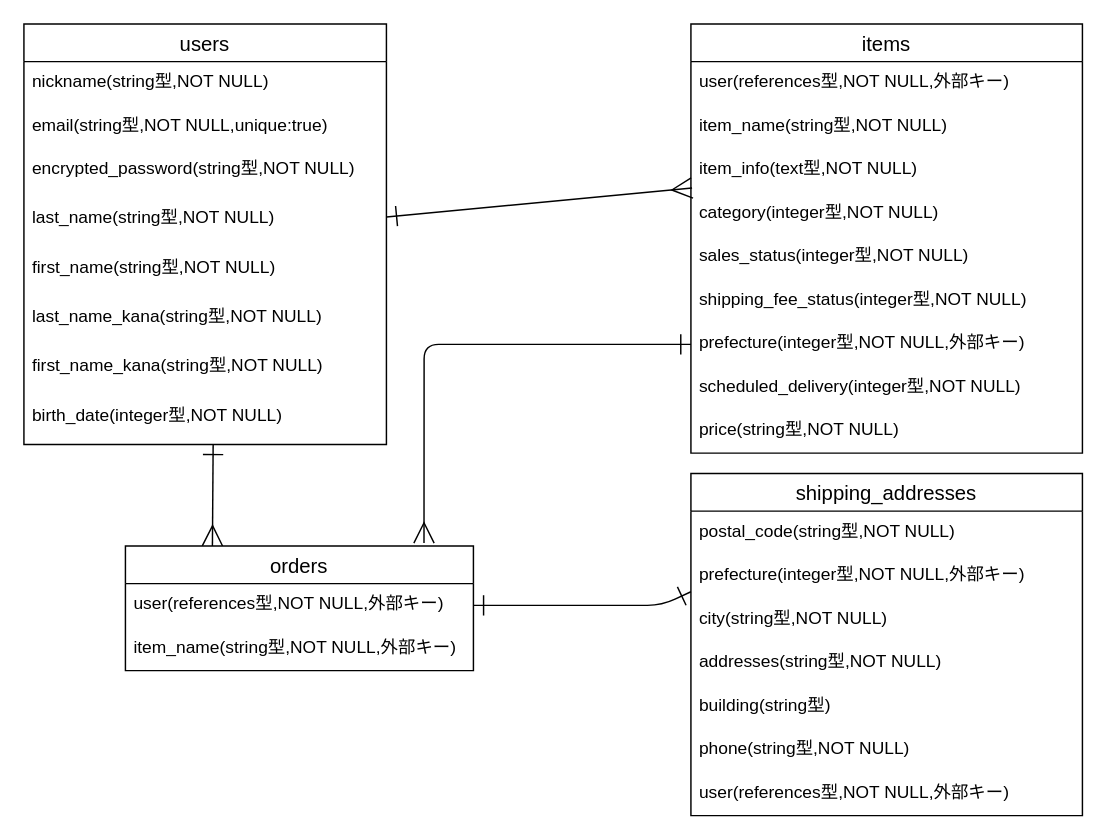
The draw.io diagram app/controllers/furima.dio in yusukeooy/furima-39868, before the edit. Source tidied: cells renumbered, new cells numbered last; positions are measured from the earlier drawing's top-left corner, leaving out a move shared by most shapes. Both pictures are drawn from the tidied source at 145%, with x=0, y=0 at pixel (23, 23).
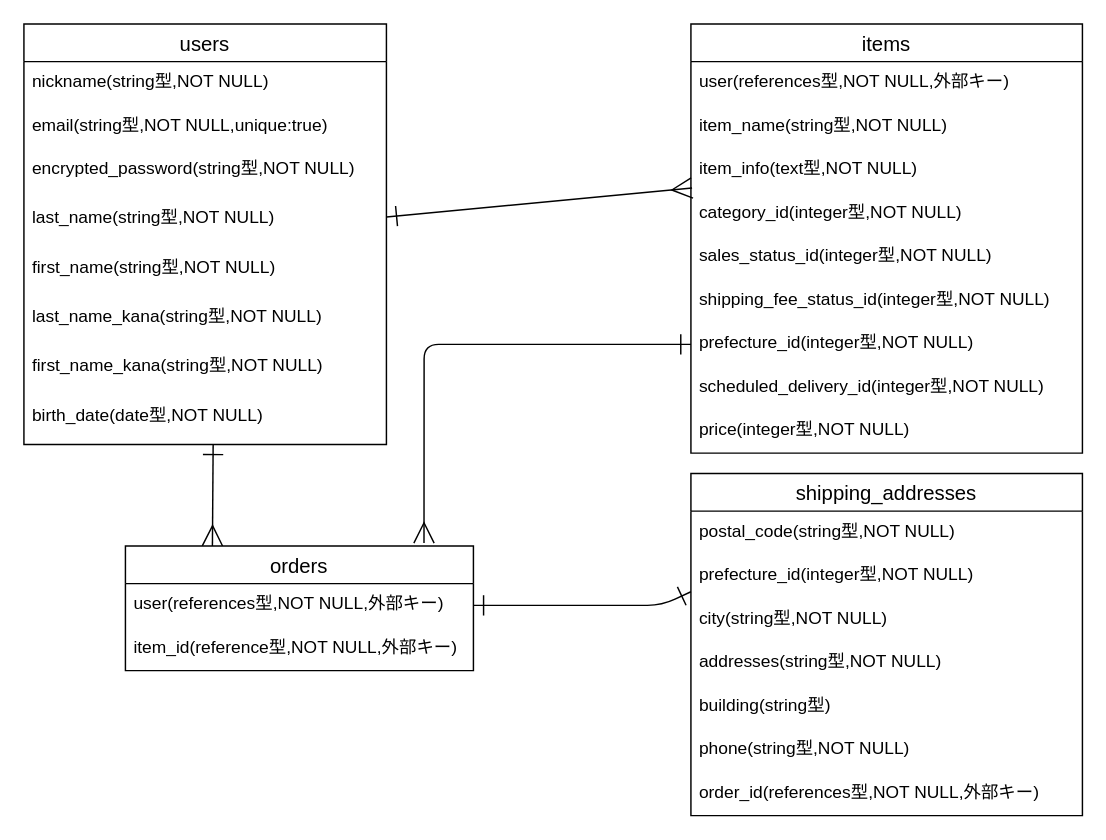
Above is the later version.

Commit message (it also covers changes not shown here):
データベース設計の修正②

Unchanged cells that the change refers to:
```xml
<mxCell id="4" value="users" style="swimlane;fontStyle=0;horizontal=1;startSize=26;align=center;fontSize=14;" parent="1" vertex="1">
  <mxGeometry width="250" height="290" as="geometry" />
</mxCell>
<mxCell id="13" value="items" style="swimlane;fontStyle=0;horizontal=1;startSize=26;align=center;fontSize=14;" parent="1" vertex="1">
  <mxGeometry x="460" width="270" height="296" as="geometry" />
</mxCell>
<mxCell id="23" value="orders" style="swimlane;fontStyle=0;horizontal=1;startSize=26;align=center;fontSize=14;" parent="1" vertex="1">
  <mxGeometry x="70" y="360" width="240" height="86" as="geometry" />
</mxCell>
<mxCell id="26" value="shipping_addresses" style="swimlane;fontStyle=0;horizontal=1;startSize=26;align=center;fontSize=14;" parent="1" vertex="1">
  <mxGeometry x="460" y="310" width="270" height="236" as="geometry" />
</mxCell>
```

The edit, as a diff of the source:
```diff
@@
-    <mxCell id="12" value="birth_date(integer型,NOT NULL)" style="text;strokeColor=none;fillColor=none;spacingLeft=4;spacingRight=4;overflow=hidden;points=[[0,0.5],[1,0.5]];portConstraint=eastwest;fontSize=12;" parent="4" vertex="1">
+    <mxCell id="12" value="birth_date(date型,NOT NULL)" style="text;strokeColor=none;fillColor=none;spacingLeft=4;spacingRight=4;overflow=hidden;points=[[0,0.5],[1,0.5]];portConstraint=eastwest;fontSize=12;" parent="4" vertex="1">
       <mxGeometry y="256" width="250" height="34" as="geometry" />
     </mxCell>
@@
-    <mxCell id="17" value="category(integer型,NOT NULL)" style="text;strokeColor=none;fillColor=none;spacingLeft=4;spacingRight=4;overflow=hidden;points=[[0,0.5],[1,0.5]];portConstraint=eastwest;fontSize=12;" parent="13" vertex="1">
+    <mxCell id="17" value="category_id(integer型,NOT NULL)" style="text;strokeColor=none;fillColor=none;spacingLeft=4;spacingRight=4;overflow=hidden;points=[[0,0.5],[1,0.5]];portConstraint=eastwest;fontSize=12;" parent="13" vertex="1">
       <mxGeometry y="116" width="270" height="30" as="geometry" />
     </mxCell>
-    <mxCell id="18" value="sales_status(integer型,NOT NULL)" style="text;strokeColor=none;fillColor=none;spacingLeft=4;spacingRight=4;overflow=hidden;fontSize=12;" parent="13" vertex="1">
+    <mxCell id="18" value="sales_status_id(integer型,NOT NULL)" style="text;strokeColor=none;fillColor=none;spacingLeft=4;spacingRight=4;overflow=hidden;fontSize=12;" parent="13" vertex="1">
       <mxGeometry y="146" width="270" height="30" as="geometry" />
     </mxCell>
-    <mxCell id="19" value="shipping_fee_status(integer型,NOT NULL)" style="text;strokeColor=none;fillColor=none;spacingLeft=4;spacingRight=4;overflow=hidden;fontSize=12;" parent="13" vertex="1">
+    <mxCell id="19" value="shipping_fee_status_id(integer型,NOT NULL)" style="text;strokeColor=none;fillColor=none;spacingLeft=4;spacingRight=4;overflow=hidden;fontSize=12;" parent="13" vertex="1">
       <mxGeometry y="176" width="270" height="30" as="geometry" />
     </mxCell>
-    <mxCell id="20" value="prefecture(integer型,NOT NULL,外部キー)" style="text;strokeColor=none;fillColor=none;spacingLeft=4;spacingRight=4;overflow=hidden;points=[[0,0.5],[1,0.5]];portConstraint=eastwest;fontSize=12;" parent="13" vertex="1">
+    <mxCell id="20" value="prefecture_id(integer型,NOT NULL)" style="text;strokeColor=none;fillColor=none;spacingLeft=4;spacingRight=4;overflow=hidden;points=[[0,0.5],[1,0.5]];portConstraint=eastwest;fontSize=12;" parent="13" vertex="1">
       <mxGeometry y="206" width="270" height="30" as="geometry" />
     </mxCell>
-    <mxCell id="21" value="scheduled_delivery(integer型,NOT NULL)" style="text;strokeColor=none;fillColor=none;spacingLeft=4;spacingRight=4;overflow=hidden;fontSize=12;" parent="13" vertex="1">
+    <mxCell id="21" value="scheduled_delivery_id(integer型,NOT NULL)" style="text;strokeColor=none;fillColor=none;spacingLeft=4;spacingRight=4;overflow=hidden;fontSize=12;" parent="13" vertex="1">
       <mxGeometry y="236" width="270" height="30" as="geometry" />
     </mxCell>
-    <mxCell id="22" value="price(string型,NOT NULL)" style="text;strokeColor=none;fillColor=none;spacingLeft=4;spacingRight=4;overflow=hidden;fontSize=12;" parent="13" vertex="1">
+    <mxCell id="22" value="price(integer型,NOT NULL)" style="text;strokeColor=none;fillColor=none;spacingLeft=4;spacingRight=4;overflow=hidden;fontSize=12;" parent="13" vertex="1">
       <mxGeometry y="266" width="270" height="30" as="geometry" />
     </mxCell>
@@
-    <mxCell id="25" value="item_name(string型,NOT NULL,外部キー)&#10;" style="text;strokeColor=none;fillColor=none;spacingLeft=4;spacingRight=4;overflow=hidden;fontSize=12;" parent="23" vertex="1">
+    <mxCell id="25" value="item_id(reference型,NOT NULL,外部キー)&#10;" style="text;strokeColor=none;fillColor=none;spacingLeft=4;spacingRight=4;overflow=hidden;fontSize=12;" parent="23" vertex="1">
       <mxGeometry y="56" width="240" height="30" as="geometry" />
     </mxCell>
@@
-    <mxCell id="28" value="prefecture(integer型,NOT NULL,外部キー)&#10;" style="text;strokeColor=none;fillColor=none;spacingLeft=4;spacingRight=4;overflow=hidden;points=[[0,0.5],[1,0.5]];portConstraint=eastwest;fontSize=12;" parent="26" vertex="1">
+    <mxCell id="28" value="prefecture_id(integer型,NOT NULL)&#10;" style="text;strokeColor=none;fillColor=none;spacingLeft=4;spacingRight=4;overflow=hidden;points=[[0,0.5],[1,0.5]];portConstraint=eastwest;fontSize=12;" parent="26" vertex="1">
       <mxGeometry y="56" width="270" height="30" as="geometry" />
     </mxCell>
@@
-    <mxCell id="33" value="user(references型,NOT NULL,外部キー)" style="text;strokeColor=none;fillColor=none;spacingLeft=4;spacingRight=4;overflow=hidden;fontSize=12;" parent="26" vertex="1">
+    <mxCell id="33" value="order_id(references型,NOT NULL,外部キー)" style="text;strokeColor=none;fillColor=none;spacingLeft=4;spacingRight=4;overflow=hidden;fontSize=12;" parent="26" vertex="1">
       <mxGeometry y="206" width="270" height="30" as="geometry" />
     </mxCell>
```
